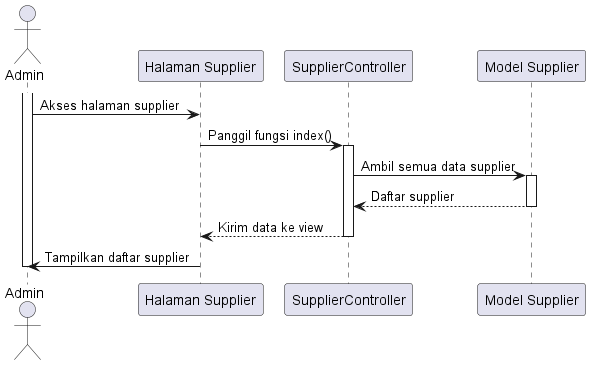
Earlier version of the PlantUML export out/sequence diagram/supplier/melihat_supplier/melihat_supplier.png (tengahcang/UML_TA). Its diagram source:
```plantuml
@startuml
actor Admin

participant "Halaman Supplier" as SupplierPage
participant "SupplierController" as SupplierController
participant "Model Supplier" as SupplierModel

activate Admin
Admin -> SupplierPage: Akses halaman supplier
SupplierPage -> SupplierController: Panggil fungsi index()
activate SupplierController

SupplierController -> SupplierModel: Ambil semua data supplier
activate SupplierModel
SupplierModel --> SupplierController: Daftar supplier
deactivate SupplierModel

SupplierController --> SupplierPage: Kirim data ke view
deactivate SupplierController

SupplierPage -> Admin: Tampilkan daftar supplier
deactivate Admin

@enduml
```
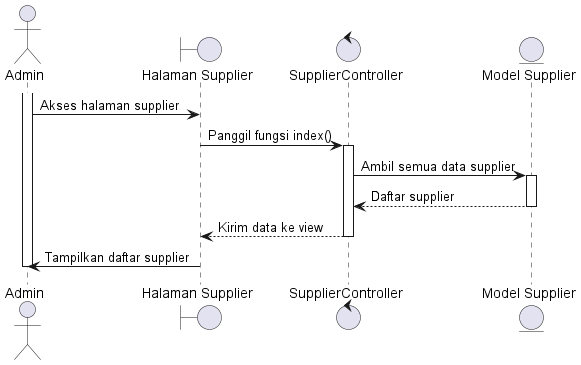
The same diagram one commit later.

What changed in the source:
```diff
@@ -1,9 +1,9 @@
 @startuml
 actor Admin
 
-participant "Halaman Supplier" as SupplierPage
-participant "SupplierController" as SupplierController
-participant "Model Supplier" as SupplierModel
+boundary "Halaman Supplier" as SupplierPage
+control "SupplierController" as SupplierController
+entity "Model Supplier" as SupplierModel
 
 activate Admin
 Admin -> SupplierPage: Akses halaman supplier
```
